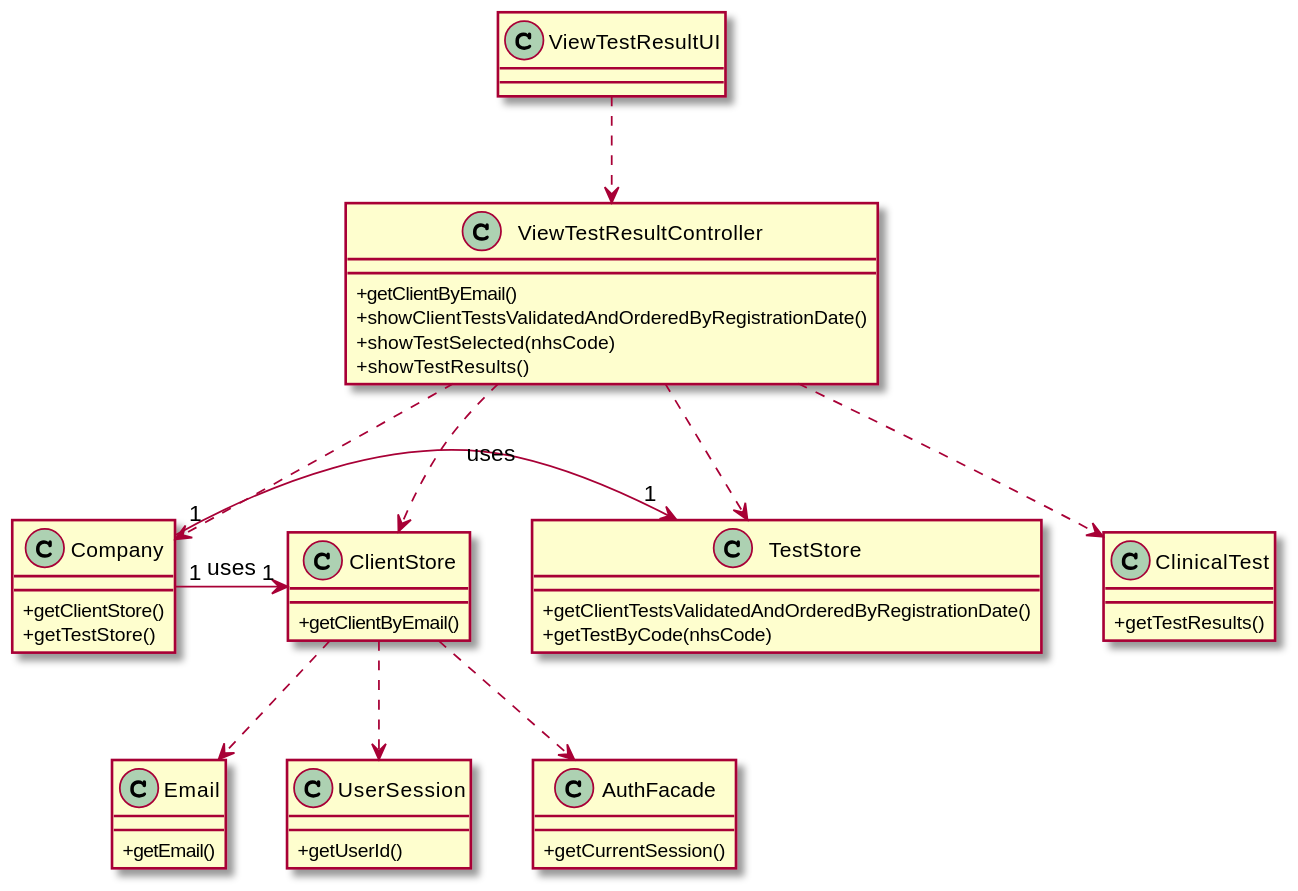
Before: docs/SprintD/US1/UC1_CD.svg, a diagram exported from PlantUML (GuilhermeCunha79/lapr2). Its diagram source:
```plantuml
@startuml
skinparam classAttributeIconSize 0

class ViewTestResultUI {
}

class ViewTestResultController {
+getClientByEmail()
+showClientTestsValidatedAndOrderedByRegistrationDate()
+showTestSelected(nhsCode)
+showTestResults()
}

class Company {
+getClientStore()
+getTestStore()
}

class ClientStore {
+getClientByEmail()
}

class TestStore {
+getClientTestsValidatedAndOrderedByRegistrationDate()
+getTestByCode(nhsCode)
}

class ClinicalTest {
+getTestResults()
}


class Email {
+getEmail()
}

class UserSession {
+getUserId()
}

class AuthFacade {
+getCurrentSession()
}

ViewTestResultUI ..> ViewTestResultController
ViewTestResultController ..> Company
ViewTestResultController ..> ClientStore
ViewTestResultController ..> TestStore
ViewTestResultController ..>  ClinicalTest


Company"1" -> "1"ClientStore : uses
Company"1" -> "1"TestStore : uses
ClientStore ..> AuthFacade
ClientStore ..> UserSession
ClientStore ..> Email


@enduml
```
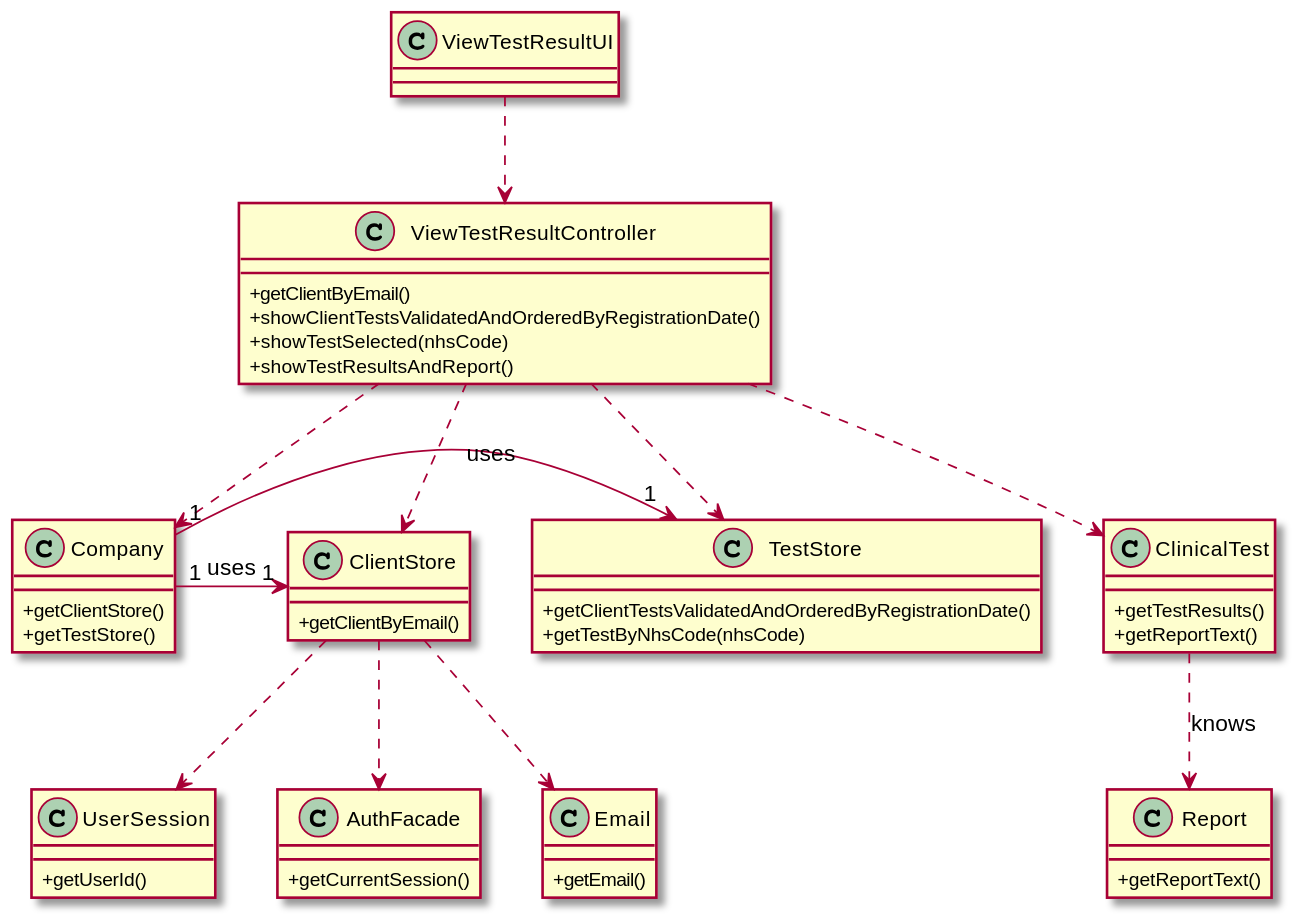
The same diagram one commit later.

What changed in the source:
```diff
@@ -8,7 +8,7 @@
 +getClientByEmail()
 +showClientTestsValidatedAndOrderedByRegistrationDate()
 +showTestSelected(nhsCode)
-+showTestResults()
++showTestResultsAndReport()
 }
 
 class Company {
@@ -22,11 +22,16 @@
 
 class TestStore {
 +getClientTestsValidatedAndOrderedByRegistrationDate()
-+getTestByCode(nhsCode)
++getTestByNhsCode(nhsCode)
 }
 
 class ClinicalTest {
 +getTestResults()
++getReportText()
+}
+
+class Report {
++getReportText()
 }
 
 
@@ -54,6 +59,6 @@
 ClientStore ..> AuthFacade
 ClientStore ..> UserSession
 ClientStore ..> Email
-
+ClinicalTest ..> Report: knows
 
 @enduml
```
